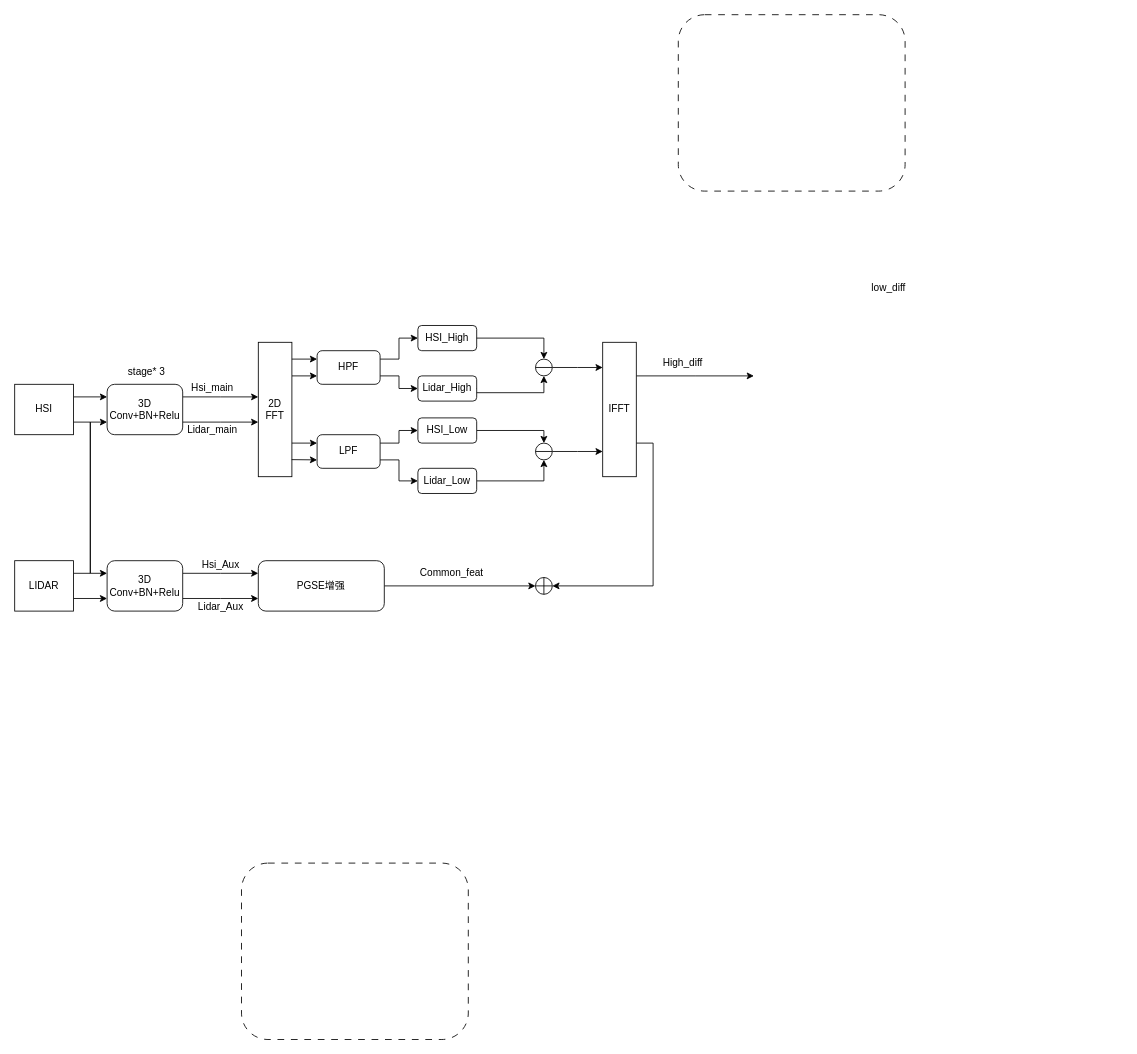
Above: 草图.drawio in Liaoshiyao-jm/model_photoes (draw.io), before the change. Source tidied: cells renumbered, new cells numbered last; positions are measured from the earlier drawing's top-left corner, leaving out a move shared by most shapes. Both pictures are drawn from the tidied source at 84%, with x=0, y=0 at pixel (14, 14).
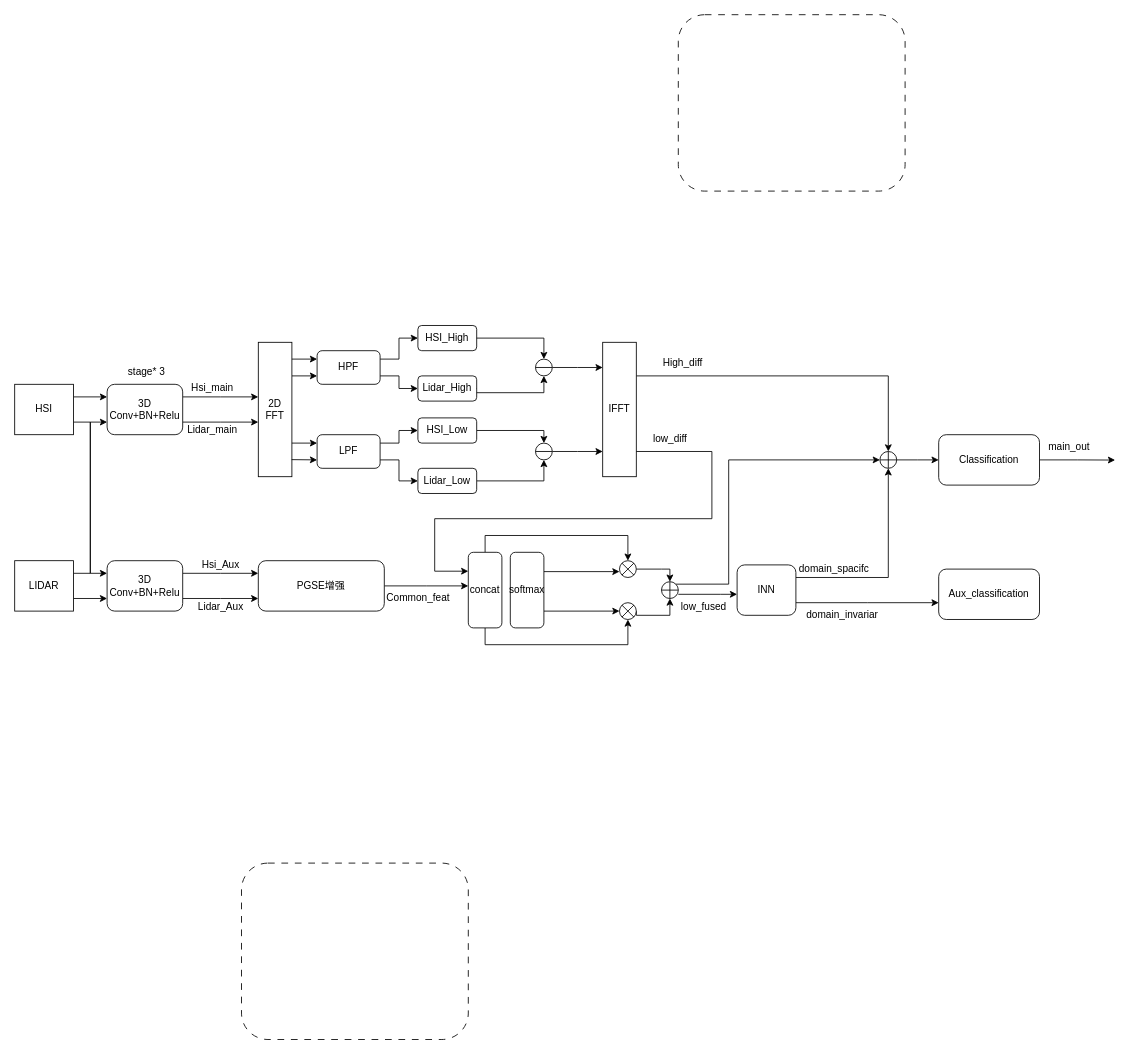
The same page after the edit.

Unchanged cells that the change refers to:
```xml
<mxCell id="46" value="PGSE增强" style="rounded=1;whiteSpace=wrap;html=1;glass=0;strokeColor=default;align=center;verticalAlign=middle;fontFamily=Helvetica;fontSize=12;fontColor=default;fillColor=default;" parent="1" vertex="1">
  <mxGeometry x="290" y="650" width="150" height="60" as="geometry" />
</mxCell>
<mxCell id="50" value="IFFT" style="rounded=1;whiteSpace=wrap;html=1;arcSize=0;" parent="1" vertex="1">
  <mxGeometry x="700" y="390" width="40" height="160" as="geometry" />
</mxCell>
```

The edit, as a diff of the source:
```diff
@@
+    <mxCell id="54" style="edgeStyle=orthogonalEdgeStyle;rounded=0;jettySize=auto;html=1;exitX=1;exitY=0.5;exitDx=0;exitDy=0;fontFamily=Helvetica;fontSize=12;fontColor=default;" parent="1" edge="1" source="55">
+      <mxGeometry relative="1" as="geometry">
+        <mxPoint x="1310" y="530.2" as="targetPoint" />
+      </mxGeometry>
+    </mxCell>
+    <mxCell id="55" value="Classification" style="whiteSpace=wrap;html=1;rounded=1;glass=0;strokeColor=default;align=center;verticalAlign=middle;fontFamily=Helvetica;fontSize=12;fontColor=default;fillColor=default;" parent="1" vertex="1">
+      <mxGeometry x="1100" y="500" width="120" height="60" as="geometry" />
+    </mxCell>
+    <mxCell id="56" style="rounded=0;jettySize=auto;html=1;exitX=1;exitY=0.5;exitDx=0;exitDy=0;entryX=0.5;entryY=0;entryDx=0;entryDy=0;fontFamily=Helvetica;fontSize=12;fontColor=default;" parent="1" edge="1" source="57" target="68">
+      <mxGeometry relative="1" as="geometry">
+        <Array as="points">
+          <mxPoint x="770" y="660" />
+          <mxPoint x="780" y="660" />
+        </Array>
+      </mxGeometry>
+    </mxCell>
+    <mxCell id="57" style="shape=sumEllipse;perimeter=ellipsePerimeter;whiteSpace=wrap;html=1;backgroundOutline=1;rounded=1;glass=0;strokeColor=default;align=center;verticalAlign=middle;fontFamily=Helvetica;fontSize=12;fontColor=default;fillColor=default;" parent="1" vertex="1">
+      <mxGeometry x="720" y="650" width="20" height="20" as="geometry" />
+    </mxCell>
@@
-    <mxCell id="45" style="edgeStyle=orthogonalEdgeStyle;rounded=0;jettySize=auto;html=1;exitX=1;exitY=0.5;exitDx=0;exitDy=0;fontFamily=Helvetica;fontSize=12;fontColor=default;entryX=0;entryY=0.5;entryDx=0;entryDy=0;" parent="1" edge="1" source="46" target="53">
-      <mxGeometry relative="1" as="geometry" />
+    <mxCell id="45" style="edgeStyle=orthogonalEdgeStyle;rounded=0;jettySize=auto;html=1;exitX=1;exitY=0.5;exitDx=0;exitDy=0;fontFamily=Helvetica;fontSize=12;fontColor=default;" parent="1" edge="1" source="46">
+      <mxGeometry relative="1" as="geometry">
+        <mxPoint x="540" y="680" as="targetPoint" />
+      </mxGeometry>
     </mxCell>
@@
     <mxCell id="47" value="Common_feat" style="text;html=1;align=center;verticalAlign=middle;strokeColor=none;fillColor=none;fontFamily=Helvetica;fontSize=12;fontColor=default;" parent="1" vertex="1">
-      <mxGeometry x="470" y="650" width="100" height="30" as="geometry" />
+      <mxGeometry x="430" y="680" width="100" height="30" as="geometry" />
     </mxCell>
-    <mxCell id="48" style="edgeStyle=orthogonalEdgeStyle;rounded=0;jettySize=auto;html=1;exitX=1;exitY=0.25;exitDx=0;exitDy=0;fontFamily=Helvetica;fontSize=12;fontColor=default;" parent="1" edge="1" source="50">
-      <mxGeometry relative="1" as="geometry">
-        <mxPoint x="880" y="430" as="targetPoint" />
-      </mxGeometry>
+    <mxCell id="48" style="edgeStyle=orthogonalEdgeStyle;rounded=0;jettySize=auto;html=1;exitX=1;exitY=0.25;exitDx=0;exitDy=0;fontFamily=Helvetica;fontSize=12;fontColor=default;entryX=0.5;entryY=0;entryDx=0;entryDy=0;" parent="1" edge="1" source="50" target="76">
+      <mxGeometry relative="1" as="geometry" />
     </mxCell>
-    <mxCell id="49" style="edgeStyle=orthogonalEdgeStyle;rounded=0;jettySize=auto;html=1;exitX=1;exitY=0.75;exitDx=0;exitDy=0;entryX=1;entryY=0.5;entryDx=0;entryDy=0;fontFamily=Helvetica;fontSize=12;fontColor=default;" parent="1" edge="1" source="50" target="53">
+    <mxCell id="49" style="edgeStyle=orthogonalEdgeStyle;rounded=0;jettySize=auto;html=1;exitX=0.958;exitY=0.844;exitDx=0;exitDy=0;fontFamily=Helvetica;fontSize=12;fontColor=default;entryX=0;entryY=0.25;entryDx=0;entryDy=0;exitPerimeter=0;" parent="1" edge="1" source="50" target="60">
       <mxGeometry relative="1" as="geometry">
         <Array as="points">
-          <mxPoint x="760" y="510" />
-          <mxPoint x="760" y="680" />
+          <mxPoint x="738" y="520" />
+          <mxPoint x="830" y="520" />
+          <mxPoint x="830" y="600" />
+          <mxPoint x="500" y="600" />
+          <mxPoint x="500" y="663" />
         </Array>
       </mxGeometry>
     </mxCell>
@@
     <mxCell id="52" value="low_diff" style="text;html=1;align=center;verticalAlign=middle;strokeColor=none;fillColor=none;fontFamily=Helvetica;fontSize=12;fontColor=default;" parent="1" vertex="1">
-      <mxGeometry x="1010" y="310" width="60" height="30" as="geometry" />
+      <mxGeometry x="750" y="490" width="60" height="30" as="geometry" />
     </mxCell>
-    <mxCell id="53" style="shape=orEllipse;perimeter=ellipsePerimeter;whiteSpace=wrap;html=1;backgroundOutline=1;rounded=1;glass=0;strokeColor=default;align=center;verticalAlign=middle;fontFamily=Helvetica;fontSize=12;fontColor=default;fillColor=default;" parent="1" vertex="1">
-      <mxGeometry x="620" y="670" width="20" height="20" as="geometry" />
-    </mxCell>
+    <mxCell id="58" style="edgeStyle=orthogonalEdgeStyle;rounded=0;jettySize=auto;html=1;exitX=0.5;exitY=0;exitDx=0;exitDy=0;entryX=0.5;entryY=0;entryDx=0;entryDy=0;fontFamily=Helvetica;fontSize=12;fontColor=default;" parent="1" edge="1" source="60" target="57">
+      <mxGeometry relative="1" as="geometry" />
+    </mxCell>
+    <mxCell id="59" style="edgeStyle=orthogonalEdgeStyle;rounded=0;jettySize=auto;html=1;exitX=0.5;exitY=1;exitDx=0;exitDy=0;entryX=0.5;entryY=1;entryDx=0;entryDy=0;fontFamily=Helvetica;fontSize=12;fontColor=default;" parent="1" edge="1" source="60" target="65">
+      <mxGeometry relative="1" as="geometry" />
+    </mxCell>
+    <mxCell id="60" value="concat" style="rounded=1;whiteSpace=wrap;html=1;glass=0;strokeColor=default;align=center;verticalAlign=middle;fontFamily=Helvetica;fontSize=12;fontColor=default;fillColor=default;" parent="1" vertex="1">
+      <mxGeometry x="540" y="640" width="40" height="90" as="geometry" />
+    </mxCell>
+    <mxCell id="61" style="rounded=0;orthogonalLoop=1;jettySize=auto;html=1;fontFamily=Helvetica;fontSize=12;fontColor=default;" parent="1" edge="1">
+      <mxGeometry relative="1" as="geometry">
+        <mxPoint x="630" y="663" as="sourcePoint" />
+        <mxPoint x="720" y="663" as="targetPoint" />
+      </mxGeometry>
+    </mxCell>
+    <mxCell id="62" style="rounded=0;jettySize=auto;html=1;exitX=1;exitY=0.778;exitDx=0;exitDy=0;fontFamily=Helvetica;fontSize=12;fontColor=default;entryX=0;entryY=0.5;entryDx=0;entryDy=0;exitPerimeter=0;" parent="1" edge="1" source="63" target="65">
+      <mxGeometry relative="1" as="geometry" />
+    </mxCell>
+    <mxCell id="63" value="softmax" style="rounded=1;whiteSpace=wrap;html=1;glass=0;strokeColor=default;align=center;verticalAlign=middle;fontFamily=Helvetica;fontSize=12;fontColor=default;fillColor=default;" parent="1" vertex="1">
+      <mxGeometry x="590" y="640" width="40" height="90" as="geometry" />
+    </mxCell>
+    <mxCell id="64" style="edgeStyle=orthogonalEdgeStyle;rounded=0;jettySize=auto;html=1;exitX=1;exitY=0.5;exitDx=0;exitDy=0;entryX=0.5;entryY=1;entryDx=0;entryDy=0;fontFamily=Helvetica;fontSize=12;fontColor=default;" parent="1" edge="1" source="65" target="68">
+      <mxGeometry relative="1" as="geometry">
+        <Array as="points">
+          <mxPoint x="740" y="715" />
+          <mxPoint x="780" y="715" />
+        </Array>
+      </mxGeometry>
+    </mxCell>
+    <mxCell id="65" style="shape=sumEllipse;perimeter=ellipsePerimeter;whiteSpace=wrap;html=1;backgroundOutline=1;rounded=1;glass=0;strokeColor=default;align=center;verticalAlign=middle;fontFamily=Helvetica;fontSize=12;fontColor=default;fillColor=default;" parent="1" vertex="1">
+      <mxGeometry x="720" y="700" width="20" height="20" as="geometry" />
+    </mxCell>
+    <mxCell id="66" style="rounded=0;orthogonalLoop=1;jettySize=auto;html=1;exitX=1;exitY=0.5;exitDx=0;exitDy=0;fontFamily=Helvetica;fontSize=12;fontColor=default;entryX=0;entryY=0.5;entryDx=0;entryDy=0;" parent="1" edge="1">
+      <mxGeometry relative="1" as="geometry">
+        <mxPoint x="790" y="690" as="sourcePoint" />
+        <mxPoint x="860" y="690" as="targetPoint" />
+        <Array as="points">
+          <mxPoint x="840" y="690" />
+        </Array>
+      </mxGeometry>
+    </mxCell>
+    <mxCell id="67" style="edgeStyle=orthogonalEdgeStyle;rounded=0;jettySize=auto;html=1;exitX=1;exitY=0;exitDx=0;exitDy=0;entryX=0;entryY=0.5;entryDx=0;entryDy=0;fontFamily=Helvetica;fontSize=12;fontColor=default;flowAnimation=0;" parent="1" edge="1" source="68" target="76">
+      <mxGeometry relative="1" as="geometry">
+        <Array as="points">
+          <mxPoint x="850" y="678" />
+          <mxPoint x="850" y="530" />
+        </Array>
+      </mxGeometry>
+    </mxCell>
+    <mxCell id="68" style="shape=orEllipse;perimeter=ellipsePerimeter;whiteSpace=wrap;html=1;backgroundOutline=1;rounded=1;glass=0;strokeColor=default;align=center;verticalAlign=middle;fontFamily=Helvetica;fontSize=12;fontColor=default;fillColor=default;" parent="1" vertex="1">
+      <mxGeometry x="770" y="675" width="20" height="20" as="geometry" />
+    </mxCell>
+    <mxCell id="69" style="edgeStyle=orthogonalEdgeStyle;rounded=0;jettySize=auto;html=1;exitX=1;exitY=0.25;exitDx=0;exitDy=0;entryX=0.5;entryY=1;entryDx=0;entryDy=0;fontFamily=Helvetica;fontSize=12;fontColor=default;" parent="1" edge="1" source="71" target="76">
+      <mxGeometry relative="1" as="geometry" />
+    </mxCell>
+    <mxCell id="70" style="edgeStyle=orthogonalEdgeStyle;rounded=0;jettySize=auto;html=1;exitX=1;exitY=0.75;exitDx=0;exitDy=0;fontFamily=Helvetica;fontSize=12;fontColor=default;" parent="1" edge="1" source="71">
+      <mxGeometry relative="1" as="geometry">
+        <mxPoint x="1100" y="700" as="targetPoint" />
+      </mxGeometry>
+    </mxCell>
+    <mxCell id="71" value="INN" style="rounded=1;whiteSpace=wrap;html=1;glass=0;strokeColor=default;align=center;verticalAlign=middle;fontFamily=Helvetica;fontSize=12;fontColor=default;fillColor=default;" parent="1" vertex="1">
+      <mxGeometry x="860" y="655" width="70" height="60" as="geometry" />
+    </mxCell>
+    <mxCell id="72" value="domain_spacifc" style="text;html=1;align=center;verticalAlign=middle;strokeColor=none;fillColor=none;fontFamily=Helvetica;fontSize=12;fontColor=default;" parent="1" vertex="1">
+      <mxGeometry x="920" y="645" width="110" height="30" as="geometry" />
+    </mxCell>
+    <mxCell id="73" value="domain_invariar" style="text;html=1;align=center;verticalAlign=middle;strokeColor=none;fillColor=none;fontFamily=Helvetica;fontSize=12;fontColor=default;" parent="1" vertex="1">
+      <mxGeometry x="930" y="700" width="110" height="30" as="geometry" />
+    </mxCell>
+    <mxCell id="74" value="low_fused" style="text;html=1;align=center;verticalAlign=middle;strokeColor=none;fillColor=none;fontFamily=Helvetica;fontSize=12;fontColor=default;" parent="1" vertex="1">
+      <mxGeometry x="780" y="690" width="80" height="30" as="geometry" />
+    </mxCell>
+    <mxCell id="75" style="edgeStyle=orthogonalEdgeStyle;rounded=0;jettySize=auto;html=1;exitX=1;exitY=0.5;exitDx=0;exitDy=0;fontFamily=Helvetica;fontSize=12;fontColor=default;" parent="1" edge="1" source="76">
+      <mxGeometry relative="1" as="geometry">
+        <mxPoint x="1100" y="530" as="targetPoint" />
+      </mxGeometry>
+    </mxCell>
+    <mxCell id="76" style="shape=orEllipse;perimeter=ellipsePerimeter;whiteSpace=wrap;html=1;backgroundOutline=1;rounded=1;glass=0;strokeColor=default;align=center;verticalAlign=middle;fontFamily=Helvetica;fontSize=12;fontColor=default;fillColor=default;" parent="1" vertex="1">
+      <mxGeometry x="1030" y="520" width="20" height="20" as="geometry" />
+    </mxCell>
+    <mxCell id="77" value="Aux_classification" style="whiteSpace=wrap;html=1;rounded=1;glass=0;strokeColor=default;align=center;verticalAlign=middle;fontFamily=Helvetica;fontSize=12;fontColor=default;fillColor=default;" parent="1" vertex="1">
+      <mxGeometry x="1100" y="660" width="120" height="60" as="geometry" />
+    </mxCell>
+    <mxCell id="78" value="main_out" style="text;html=1;align=center;verticalAlign=middle;strokeColor=none;fillColor=none;fontFamily=Helvetica;fontSize=12;fontColor=default;" parent="1" vertex="1">
+      <mxGeometry x="1220" y="500" width="70" height="30" as="geometry" />
+    </mxCell>
```
